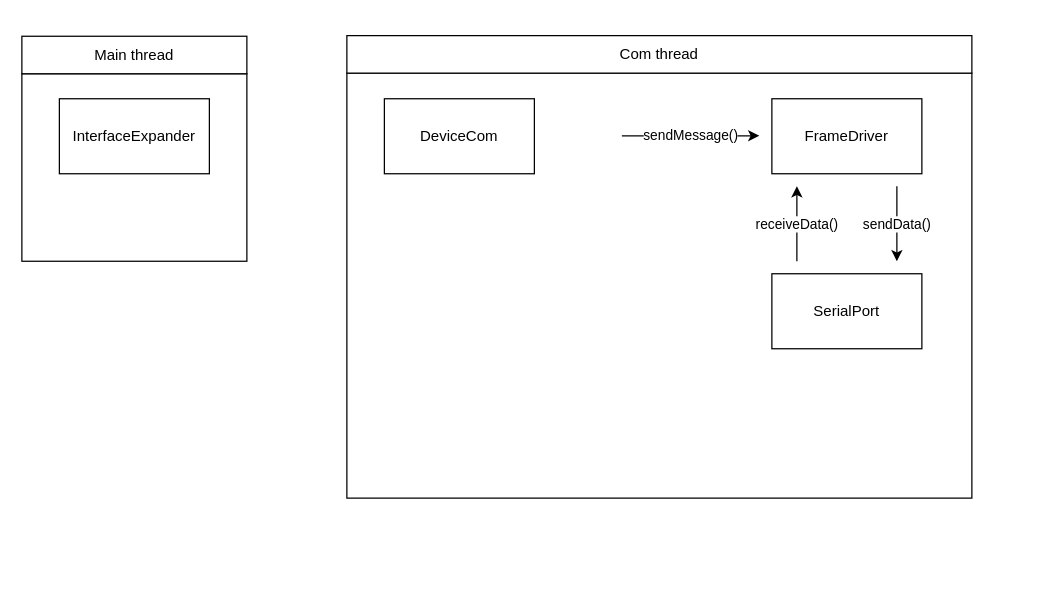
AlmCoding/expander-ui keeps this draw.io diagram as UIarchitecture.drawio. Above is the earlier version. Source tidied: cells renumbered, new cells numbered last; positions are measured from the earlier drawing's top-left corner, leaving out a move shared by most shapes. Both pictures are drawn from the tidied source at 125%, with x=0, y=0 at pixel (21, 35).
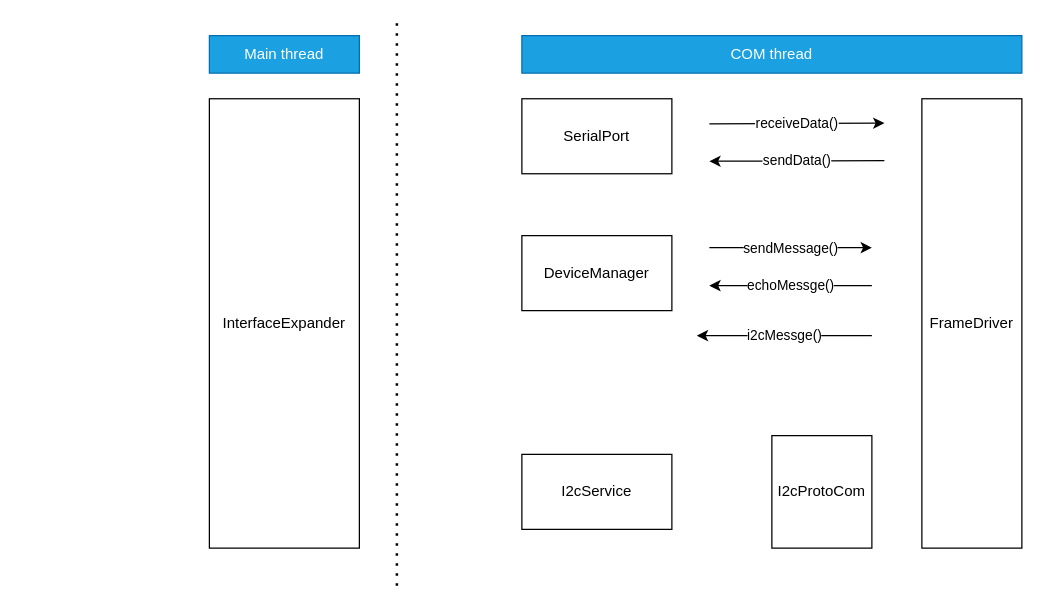
The same page after the edit.

Diff of the diagram source:
```diff
@@
-    <mxCell id="2" style="rounded=0;whiteSpace=wrap;html=1;" parent="1" vertex="1">
-      <mxGeometry y="30.5" width="180" height="150" as="geometry" />
-    </mxCell>
-    <mxCell id="3" style="rounded=0;whiteSpace=wrap;html=1;" parent="1" vertex="1">
-      <mxGeometry x="260" y="30" width="500" height="340" as="geometry" />
-    </mxCell>
-    <mxCell id="4" value="Main thread" style="rounded=0;whiteSpace=wrap;html=1;" parent="1" vertex="1">
-      <mxGeometry y="0.5" width="180" height="30" as="geometry" />
+    <mxCell id="4" value="Main thread" style="rounded=0;whiteSpace=wrap;html=1;fillColor=#1ba1e2;fontColor=#ffffff;strokeColor=#006EAF;" parent="1" vertex="1">
+      <mxGeometry x="150" width="120" height="30" as="geometry" />
     </mxCell>
-    <mxCell id="5" value="Com thread" style="rounded=0;whiteSpace=wrap;html=1;" parent="1" vertex="1">
-      <mxGeometry x="260" width="500" height="30" as="geometry" />
+    <mxCell id="5" value="COM thread" style="rounded=0;whiteSpace=wrap;html=1;fillColor=#1ba1e2;fontColor=#ffffff;strokeColor=#006EAF;" parent="1" vertex="1">
+      <mxGeometry x="400" width="400" height="30" as="geometry" />
     </mxCell>
     <mxCell id="6" value="InterfaceExpander" style="rounded=0;whiteSpace=wrap;html=1;" parent="1" vertex="1">
-      <mxGeometry x="30" y="50.5" width="120" height="60" as="geometry" />
+      <mxGeometry x="150" y="50.5" width="120" height="359.5" as="geometry" />
     </mxCell>
-    <mxCell id="7" value="DeviceCom" style="rounded=0;whiteSpace=wrap;html=1;" parent="1" vertex="1">
-      <mxGeometry x="290" y="50.5" width="120" height="60" as="geometry" />
+    <mxCell id="7" value="DeviceManager" style="rounded=0;whiteSpace=wrap;html=1;" parent="1" vertex="1">
+      <mxGeometry x="400" y="160" width="120" height="60" as="geometry" />
     </mxCell>
     <mxCell id="8" value="FrameDriver" style="rounded=0;whiteSpace=wrap;html=1;" parent="1" vertex="1">
-      <mxGeometry x="600" y="50.5" width="120" height="60" as="geometry" />
+      <mxGeometry x="720" y="50.5" width="80" height="359.5" as="geometry" />
     </mxCell>
     <mxCell id="9" value="SerialPort" style="rounded=0;whiteSpace=wrap;html=1;" parent="1" vertex="1">
-      <mxGeometry x="600" y="190.5" width="120" height="60" as="geometry" />
+      <mxGeometry x="400" y="50.5" width="120" height="60" as="geometry" />
     </mxCell>
     <mxCell id="10" value="sendData()" style="endArrow=classic;html=1;rounded=0;" parent="1" edge="1">
       <mxGeometry relative="1" as="geometry">
-        <mxPoint x="700" y="120.5" as="sourcePoint" />
-        <mxPoint x="700" y="180.5" as="targetPoint" />
+        <mxPoint x="690" y="100" as="sourcePoint" />
+        <mxPoint x="550" y="100.5" as="targetPoint" />
       </mxGeometry>
     </mxCell>
     <mxCell id="11" value="sendMessage()" style="endArrow=classic;html=1;rounded=0;" parent="1" edge="1">
       <mxGeometry relative="1" as="geometry">
-        <mxPoint x="480" y="80.1" as="sourcePoint" />
-        <mxPoint x="590" y="80.1" as="targetPoint" />
+        <mxPoint x="550" y="169.5" as="sourcePoint" />
+        <mxPoint x="680" y="169.6" as="targetPoint" />
       </mxGeometry>
     </mxCell>
     <mxCell id="12" value="receiveData()" style="endArrow=classic;html=1;rounded=0;" parent="1" edge="1">
       <mxGeometry relative="1" as="geometry">
-        <mxPoint x="620" y="180.5" as="sourcePoint" />
-        <mxPoint x="620" y="120.5" as="targetPoint" />
+        <mxPoint x="550" y="70.5" as="sourcePoint" />
+        <mxPoint x="690" y="70" as="targetPoint" />
       </mxGeometry>
     </mxCell>
+    <mxCell id="13" value="echoMessge()" style="endArrow=classic;html=1;rounded=0;" parent="1" edge="1">
+      <mxGeometry relative="1" as="geometry">
+        <mxPoint x="680" y="200" as="sourcePoint" />
+        <mxPoint x="550" y="200" as="targetPoint" />
+      </mxGeometry>
+    </mxCell>
+    <mxCell id="14" value="i2cMessge()" style="endArrow=classic;html=1;rounded=0;" parent="1" edge="1">
+      <mxGeometry relative="1" as="geometry">
+        <mxPoint x="680" y="240" as="sourcePoint" />
+        <mxPoint x="540" y="240" as="targetPoint" />
+      </mxGeometry>
+    </mxCell>
+    <mxCell id="15" value="I2cProtoCom" style="rounded=0;whiteSpace=wrap;html=1;" parent="1" vertex="1">
+      <mxGeometry x="600" y="320" width="80" height="90" as="geometry" />
+    </mxCell>
+    <mxCell id="16" value="I2cService" style="rounded=0;whiteSpace=wrap;html=1;" parent="1" vertex="1">
+      <mxGeometry x="400" y="335" width="120" height="60" as="geometry" />
+    </mxCell>
+    <mxCell id="17" style="endArrow=none;dashed=1;html=1;dashPattern=1 3;strokeWidth=2;rounded=0;" parent="1" edge="1">
+      <mxGeometry relative="1" as="geometry">
+        <mxPoint x="300" y="440" as="sourcePoint" />
+        <mxPoint x="300" y="-10" as="targetPoint" />
+      </mxGeometry>
+    </mxCell>
```
